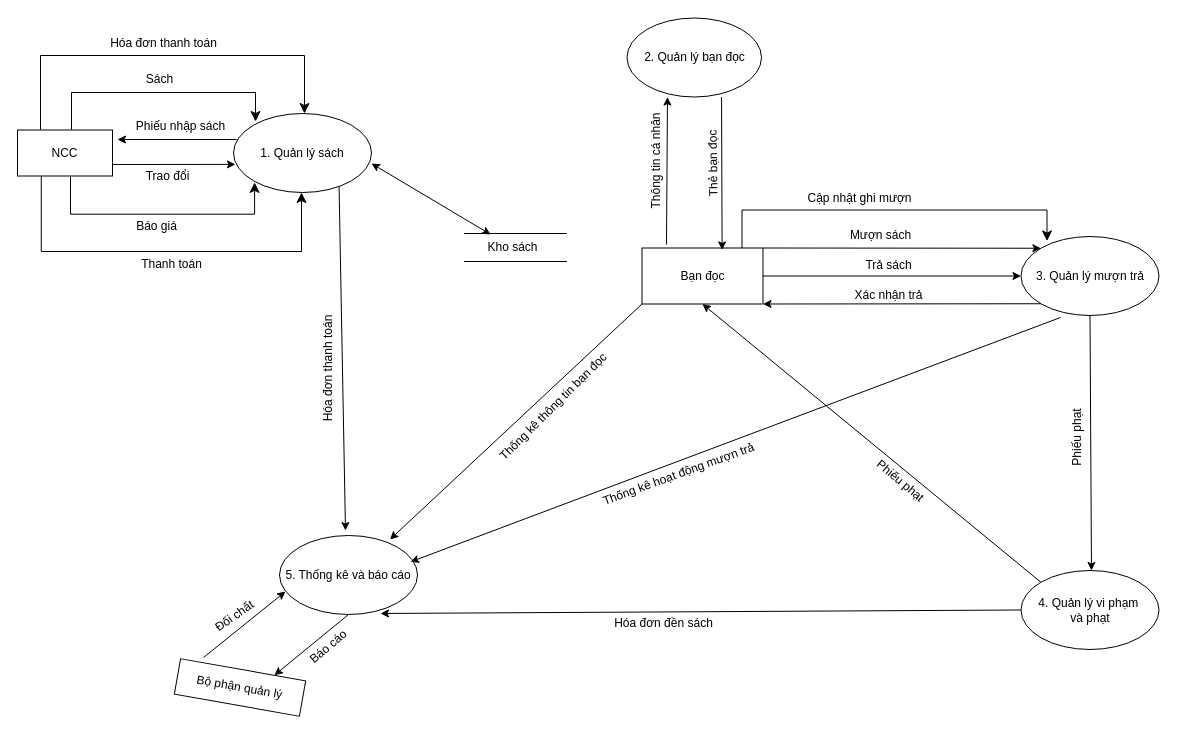
Nguyenquynh235/DoAnNhom1 keeps this draw.io diagram as page "Sơ đồ mức đỉnh" (4 of 9) of Nhóm 1.drawio. Above is the earlier version. Source tidied: cells renumbered, new cells numbered last; positions are measured from the earlier drawing's top-left corner, leaving out a move shared by most shapes. Both pictures are drawn from the tidied source at 100%, with x=0, y=0 at pixel (17, 17).
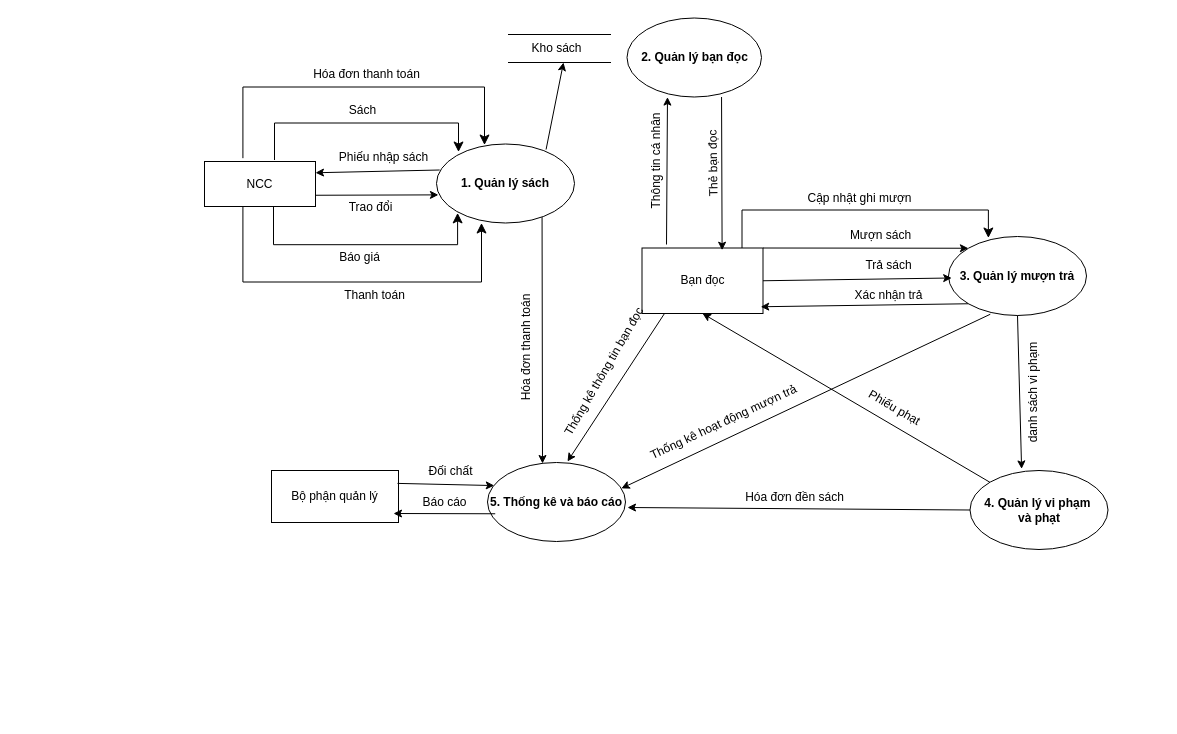
Above is the later version.

Change to the diagram source:
```diff
@@
-    <mxCell id="2" value="1. Quản lý sách" style="ellipse;whiteSpace=wrap;html=1;" parent="1" vertex="1">
-      <mxGeometry x="216" y="96" width="138" height="79" as="geometry" />
+    <mxCell id="2" value="&lt;b&gt;1. Quản lý sách&lt;/b&gt;" style="ellipse;whiteSpace=wrap;html=1;" parent="1" vertex="1">
+      <mxGeometry x="419" y="126.5" width="138" height="79" as="geometry" />
     </mxCell>
-    <mxCell id="3" value="2. Quản lý bạn đọc" style="ellipse;whiteSpace=wrap;html=1;" parent="1" vertex="1">
+    <mxCell id="3" value="&lt;b&gt;2. Quản lý bạn đọc&lt;/b&gt;" style="ellipse;whiteSpace=wrap;html=1;" parent="1" vertex="1">
       <mxGeometry x="609.5" y="0.5" width="134.5" height="79" as="geometry" />
     </mxCell>
-    <mxCell id="4" value="3. Quản lý mượn trả" style="ellipse;whiteSpace=wrap;html=1;" parent="1" vertex="1">
-      <mxGeometry x="1003.5" y="219" width="138" height="79" as="geometry" />
+    <mxCell id="4" value="&lt;b&gt;3. Quản lý mượn trả&lt;/b&gt;" style="ellipse;whiteSpace=wrap;html=1;" parent="1" vertex="1">
+      <mxGeometry x="931" y="219" width="138" height="79" as="geometry" />
     </mxCell>
-    <mxCell id="5" value="4. Quản lý vi phạm&amp;nbsp;&lt;div&gt;và phạt&lt;/div&gt;" style="ellipse;whiteSpace=wrap;html=1;" parent="1" vertex="1">
-      <mxGeometry x="1003.5" y="553" width="138" height="79" as="geometry" />
+    <mxCell id="5" value="&lt;b&gt;4. Quản lý vi phạm&amp;nbsp;&lt;/b&gt;&lt;div&gt;&lt;b&gt;và phạt&lt;/b&gt;&lt;/div&gt;" style="ellipse;whiteSpace=wrap;html=1;" parent="1" vertex="1">
+      <mxGeometry x="952.5" y="453" width="138" height="79" as="geometry" />
     </mxCell>
-    <mxCell id="6" value="5. Thống kê và báo cáo" style="ellipse;whiteSpace=wrap;html=1;" parent="1" vertex="1">
-      <mxGeometry x="262" y="518" width="138" height="79" as="geometry" />
+    <mxCell id="6" value="&lt;b&gt;5. Thống kê và báo cáo&lt;/b&gt;" style="ellipse;whiteSpace=wrap;html=1;" parent="1" vertex="1">
+      <mxGeometry x="470" y="445" width="138" height="79" as="geometry" />
     </mxCell>
     <mxCell id="7" value="NCC" style="rounded=0;whiteSpace=wrap;html=1;" parent="1" vertex="1">
-      <mxGeometry y="112.5" width="95" height="46" as="geometry" />
+      <mxGeometry x="187" y="144" width="111" height="45" as="geometry" />
     </mxCell>
-    <mxCell id="8" style="endArrow=classic;html=1;rounded=0;" parent="1" edge="1">
+    <mxCell id="8" style="endArrow=classic;html=1;rounded=0;entryX=1;entryY=0.25;entryDx=0;entryDy=0;" parent="1" edge="1" target="7">
       <mxGeometry relative="1" as="geometry">
-        <mxPoint x="219.2" y="122" as="sourcePoint" />
-        <mxPoint x="100" y="122" as="targetPoint" />
+        <mxPoint x="422.2" y="152.5" as="sourcePoint" />
       </mxGeometry>
     </mxCell>
@@
     <mxCell id="10" style="edgeStyle=elbowEdgeStyle;elbow=vertical;endArrow=classic;html=1;curved=0;rounded=0;endSize=8;startSize=8;" parent="1" edge="1">
       <mxGeometry relative="1" as="geometry">
-        <mxPoint x="54" y="112" as="sourcePoint" />
-        <mxPoint x="238" y="104" as="targetPoint" />
+        <mxPoint x="257" y="142.5" as="sourcePoint" />
+        <mxPoint x="441" y="134.5" as="targetPoint" />
         <Array as="points">
-          <mxPoint x="150" y="75" />
+          <mxPoint x="353" y="105.5" />
         </Array>
       </mxGeometry>
     </mxCell>
-    <mxCell id="11" style="edgeStyle=elbowEdgeStyle;elbow=vertical;endArrow=classic;html=1;curved=0;rounded=0;endSize=8;startSize=8;" parent="1" edge="1">
+    <mxCell id="11" style="edgeStyle=elbowEdgeStyle;elbow=vertical;endArrow=classic;html=1;curved=0;rounded=0;endSize=8;startSize=8;exitX=0.346;exitY=-0.074;exitDx=0;exitDy=0;exitPerimeter=0;" parent="1" edge="1" source="7">
       <mxGeometry relative="1" as="geometry">
-        <mxPoint x="23" y="112" as="sourcePoint" />
-        <mxPoint x="287" y="96" as="targetPoint" />
+        <mxPoint x="467" y="127.5" as="targetPoint" />
         <Array as="points">
-          <mxPoint x="155" y="38" />
+          <mxPoint x="335" y="69.5" />
         </Array>
       </mxGeometry>
     </mxCell>
     <mxCell id="12" style="edgeStyle=elbowEdgeStyle;elbow=vertical;endArrow=classic;html=1;curved=0;rounded=0;endSize=8;startSize=8;exitX=0.617;exitY=1.05;exitDx=0;exitDy=0;exitPerimeter=0;" parent="1" edge="1">
       <mxGeometry relative="1" as="geometry">
-        <mxPoint x="53" y="158.5" as="sourcePoint" />
-        <mxPoint x="237.1" y="164.9" as="targetPoint" />
+        <mxPoint x="256" y="189" as="sourcePoint" />
+        <mxPoint x="440.1" y="195.4" as="targetPoint" />
         <Array as="points">
-          <mxPoint x="144.4" y="196.7" />
+          <mxPoint x="347.4" y="227.2" />
         </Array>
       </mxGeometry>
     </mxCell>
-    <mxCell id="13" style="edgeStyle=elbowEdgeStyle;elbow=vertical;endArrow=classic;html=1;curved=0;rounded=0;endSize=8;startSize=8;exitX=0.25;exitY=1;exitDx=0;exitDy=0;" parent="1" edge="1" source="7">
+    <mxCell id="13" style="edgeStyle=elbowEdgeStyle;elbow=vertical;endArrow=classic;html=1;curved=0;rounded=0;endSize=8;startSize=8;exitX=0.346;exitY=1.01;exitDx=0;exitDy=0;exitPerimeter=0;" parent="1" edge="1" source="7">
       <mxGeometry relative="1" as="geometry">
-        <mxPoint x="284" y="175" as="targetPoint" />
+        <mxPoint x="464" y="205.5" as="targetPoint" />
         <Array as="points">
-          <mxPoint x="154" y="234" />
+          <mxPoint x="334" y="264.5" />
         </Array>
       </mxGeometry>
     </mxCell>
     <mxCell id="14" style="endArrow=classic;html=1;rounded=0;exitX=0.765;exitY=0.926;exitDx=0;exitDy=0;exitPerimeter=0;" parent="1" edge="1" source="2">
       <mxGeometry relative="1" as="geometry">
-        <mxPoint x="328" y="513" as="targetPoint" />
+        <mxPoint x="525" y="446" as="targetPoint" />
       </mxGeometry>
     </mxCell>
     <mxCell id="15" value="Bạn đọc" style="rounded=0;whiteSpace=wrap;html=1;" parent="1" vertex="1">
-      <mxGeometry x="624.5" y="230.5" width="121" height="56" as="geometry" />
+      <mxGeometry x="624.5" y="230.5" width="121" height="65.5" as="geometry" />
     </mxCell>
@@
-    <mxCell id="19" style="endArrow=classic;html=1;rounded=0;exitX=0.5;exitY=1;exitDx=0;exitDy=0;" parent="1" edge="1" source="4">
-      <mxGeometry relative="1" as="geometry">
-        <mxPoint x="1074" y="553" as="targetPoint" />
-      </mxGeometry>
+    <mxCell id="19" style="endArrow=classic;html=1;rounded=0;exitX=0.5;exitY=1;exitDx=0;exitDy=0;entryX=0.374;entryY=-0.02;entryDx=0;entryDy=0;entryPerimeter=0;" parent="1" edge="1" source="4" target="5">
+      <mxGeometry relative="1" as="geometry" />
     </mxCell>
-    <mxCell id="20" style="endArrow=classic;html=1;rounded=0;entryX=0.981;entryY=0.689;entryDx=0;entryDy=0;entryPerimeter=0;" parent="1" edge="1">
-      <mxGeometry relative="1" as="geometry">
-        <mxPoint x="1043" y="300" as="sourcePoint" />
-        <mxPoint x="393" y="544.4" as="targetPoint" />
-      </mxGeometry>
+    <mxCell id="20" style="endArrow=classic;html=1;rounded=0;exitX=0.303;exitY=0.984;exitDx=0;exitDy=0;exitPerimeter=0;entryX=0.97;entryY=0.328;entryDx=0;entryDy=0;entryPerimeter=0;" parent="1" edge="1" source="4" target="6">
+      <mxGeometry relative="1" as="geometry" />
     </mxCell>
-    <mxCell id="21" style="edgeStyle=elbowEdgeStyle;elbow=vertical;endArrow=classic;html=1;curved=0;rounded=0;endSize=8;startSize=8;exitX=0.868;exitY=0.036;exitDx=0;exitDy=0;exitPerimeter=0;" parent="1" edge="1">
+    <mxCell id="21" style="edgeStyle=elbowEdgeStyle;elbow=vertical;endArrow=classic;html=1;curved=0;rounded=0;endSize=8;startSize=8;exitX=0.868;exitY=0.036;exitDx=0;exitDy=0;exitPerimeter=0;entryX=0.289;entryY=0.019;entryDx=0;entryDy=0;entryPerimeter=0;" parent="1" edge="1" target="4">
       <mxGeometry relative="1" as="geometry">
         <mxPoint x="724.5" y="230.5" as="sourcePoint" />
-        <mxPoint x="1029.5" y="223.5" as="targetPoint" />
         <Array as="points">
           <mxPoint x="1062.5" y="192.5" />
         </Array>
       </mxGeometry>
     </mxCell>
@@
-    <mxCell id="23" style="endArrow=classic;html=1;rounded=0;exitX=1;exitY=0.5;exitDx=0;exitDy=0;entryX=0;entryY=0.5;entryDx=0;entryDy=0;" parent="1" edge="1" source="15" target="4">
-      <mxGeometry relative="1" as="geometry" />
+    <mxCell id="23" style="endArrow=classic;html=1;rounded=0;entryX=0;entryY=0.5;entryDx=0;entryDy=0;exitX=1;exitY=0.5;exitDx=0;exitDy=0;" parent="1" edge="1" source="15">
+      <mxGeometry relative="1" as="geometry">
+        <mxPoint x="934.2" y="260.5" as="targetPoint" />
+      </mxGeometry>
     </mxCell>
-    <mxCell id="24" style="endArrow=classic;html=1;rounded=0;exitX=0;exitY=1;exitDx=0;exitDy=0;entryX=1;entryY=1;entryDx=0;entryDy=0;" parent="1" edge="1" source="4" target="15">
+    <mxCell id="24" style="endArrow=classic;html=1;rounded=0;exitX=0;exitY=1;exitDx=0;exitDy=0;entryX=0.981;entryY=0.897;entryDx=0;entryDy=0;entryPerimeter=0;" parent="1" edge="1" source="4" target="15">
       <mxGeometry relative="1" as="geometry" />
     </mxCell>
     <mxCell id="25" style="shape=partialRectangle;whiteSpace=wrap;html=1;top=0;bottom=0;fillColor=none;rotation=90;" parent="1" vertex="1">
-      <mxGeometry x="484" y="179" width="28" height="102" as="geometry" />
+      <mxGeometry x="528" y="-20" width="28" height="102" as="geometry" />
     </mxCell>
     <mxCell id="26" value="Kho sách" style="text;html=1;align=center;verticalAlign=middle;points=[];strokeColor=none;fillColor=none;" parent="1" vertex="1">
-      <mxGeometry x="461" y="217" width="68" height="26" as="geometry" />
+      <mxGeometry x="505" y="18" width="68" height="26" as="geometry" />
     </mxCell>
-    <mxCell id="27" style="endArrow=classic;html=1;rounded=0;exitX=0;exitY=1;exitDx=0;exitDy=0;entryX=1;entryY=0;entryDx=0;entryDy=0;" parent="1" edge="1" source="15">
-      <mxGeometry relative="1" as="geometry">
-        <mxPoint x="372.5" y="522" as="targetPoint" />
-      </mxGeometry>
-    </mxCell>
-    <mxCell id="28" style="endArrow=classic;startArrow=classic;html=1;rounded=0;exitX=1;exitY=0.633;exitDx=0;exitDy=0;exitPerimeter=0;" parent="1" edge="1" source="2" target="26">
-      <mxGeometry relative="1" as="geometry" />
-    </mxCell>
-    <mxCell id="29" value="Bộ phận quản lý" style="rounded=0;whiteSpace=wrap;html=1;rotation=10;" parent="1" vertex="1">
-      <mxGeometry x="159" y="652" width="127" height="36" as="geometry" />
+    <mxCell id="29" value="Bộ phận quản lý" style="rounded=0;whiteSpace=wrap;html=1;rotation=0;" parent="1" vertex="1">
+      <mxGeometry x="254" y="453" width="127" height="52" as="geometry" />
     </mxCell>
-    <mxCell id="30" style="endArrow=classic;html=1;rounded=0;" parent="1" edge="1">
+    <mxCell id="30" style="endArrow=classic;html=1;rounded=0;entryX=0.049;entryY=0.292;entryDx=0;entryDy=0;entryPerimeter=0;" parent="1" edge="1" target="6">
       <mxGeometry relative="1" as="geometry">
-        <mxPoint x="186" y="640" as="sourcePoint" />
-        <mxPoint x="268" y="574" as="targetPoint" />
+        <mxPoint x="380" y="465.9" as="sourcePoint" />
       </mxGeometry>
     </mxCell>
-    <mxCell id="31" style="endArrow=classic;html=1;rounded=0;exitX=0.5;exitY=1;exitDx=0;exitDy=0;entryX=0.75;entryY=0;entryDx=0;entryDy=0;" parent="1" edge="1" source="6" target="29">
-      <mxGeometry relative="1" as="geometry" />
+    <mxCell id="31" style="endArrow=classic;html=1;rounded=0;exitX=0.056;exitY=0.649;exitDx=0;exitDy=0;exitPerimeter=0;" parent="1" edge="1" source="6">
+      <mxGeometry relative="1" as="geometry">
+        <mxPoint x="376" y="496" as="targetPoint" />
+      </mxGeometry>
     </mxCell>
-    <mxCell id="32" style="endArrow=classic;html=1;rounded=0;exitX=0;exitY=0.5;exitDx=0;exitDy=0;entryX=0.732;entryY=0.987;entryDx=0;entryDy=0;entryPerimeter=0;" parent="1" edge="1" source="5" target="6">
-      <mxGeometry relative="1" as="geometry" />
+    <mxCell id="32" style="endArrow=classic;html=1;rounded=0;exitX=0;exitY=0.5;exitDx=0;exitDy=0;" parent="1" edge="1" source="5">
+      <mxGeometry relative="1" as="geometry">
+        <mxPoint x="610" y="490" as="targetPoint" />
+      </mxGeometry>
     </mxCell>
     <mxCell id="33" value="Hóa đơn thanh toán" style="text;html=1;align=center;verticalAlign=middle;strokeColor=none;fillColor=none;" parent="1" vertex="1">
-      <mxGeometry x="83" y="13" width="125" height="26" as="geometry" />
+      <mxGeometry x="286" y="43.5" width="125" height="26" as="geometry" />
     </mxCell>
     <mxCell id="34" value="Sách" style="text;html=1;align=center;verticalAlign=middle;strokeColor=none;fillColor=none;" parent="1" vertex="1">
-      <mxGeometry x="119" y="49" width="45" height="26" as="geometry" />
+      <mxGeometry x="322" y="79.5" width="45" height="26" as="geometry" />
     </mxCell>
     <mxCell id="35" value="Phiếu nhập sách" style="text;html=1;align=center;verticalAlign=middle;strokeColor=none;fillColor=none;" parent="1" vertex="1">
-      <mxGeometry x="109" y="96" width="107" height="26" as="geometry" />
+      <mxGeometry x="312" y="126.5" width="107" height="26" as="geometry" />
     </mxCell>
     <mxCell id="36" value="Trao đổi" style="text;html=1;align=center;verticalAlign=middle;strokeColor=none;fillColor=none;" parent="1" vertex="1">
-      <mxGeometry x="119" y="146" width="62" height="26" as="geometry" />
+      <mxGeometry x="322" y="176.5" width="62" height="26" as="geometry" />
     </mxCell>
     <mxCell id="37" value="Thanh toán" style="text;html=1;align=center;verticalAlign=middle;strokeColor=none;fillColor=none;" parent="1" vertex="1">
-      <mxGeometry x="114" y="234" width="79" height="26" as="geometry" />
+      <mxGeometry x="317" y="264.5" width="79" height="26" as="geometry" />
     </mxCell>
     <mxCell id="38" value="Báo giá" style="text;html=1;align=center;verticalAlign=middle;strokeColor=none;fillColor=none;" parent="1" vertex="1">
-      <mxGeometry x="109" y="196" width="59" height="26" as="geometry" />
+      <mxGeometry x="312" y="226.5" width="59" height="26" as="geometry" />
     </mxCell>
     <mxCell id="39" value="Hóa đơn thanh toán" style="text;html=1;align=center;verticalAlign=middle;strokeColor=none;fillColor=none;rotation=-90;" parent="1" vertex="1">
-      <mxGeometry x="248" y="339" width="125" height="26" as="geometry" />
+      <mxGeometry x="446" y="318" width="125" height="26" as="geometry" />
     </mxCell>
-    <mxCell id="40" value="Báo cáo" style="text;html=1;align=center;verticalAlign=middle;strokeColor=none;fillColor=none;rotation=-40;" parent="1" vertex="1">
-      <mxGeometry x="279.5" y="617" width="62" height="26" as="geometry" />
+    <mxCell id="40" value="Báo cáo" style="text;html=1;align=center;verticalAlign=middle;strokeColor=none;fillColor=none;rotation=0;" parent="1" vertex="1">
+      <mxGeometry x="396" y="471.5" width="62" height="26" as="geometry" />
     </mxCell>
-    <mxCell id="41" value="Đối chất" style="text;html=1;align=center;verticalAlign=middle;strokeColor=none;fillColor=none;rotation=-35;" parent="1" vertex="1">
-      <mxGeometry x="186" y="586" width="62" height="26" as="geometry" />
+    <mxCell id="41" value="Đối chất" style="text;html=1;align=center;verticalAlign=middle;strokeColor=none;fillColor=none;rotation=0;" parent="1" vertex="1">
+      <mxGeometry x="402" y="441" width="62" height="26" as="geometry" />
     </mxCell>
-    <mxCell id="42" value="Thống kê thông tin bạn đọc" style="text;html=1;align=center;verticalAlign=middle;strokeColor=none;fillColor=none;rotation=-45;" parent="1" vertex="1">
-      <mxGeometry x="454" y="377" width="163" height="26" as="geometry" />
+    <mxCell id="42" value="Thống kê thông tin bạn đọc" style="text;html=1;align=center;verticalAlign=middle;strokeColor=none;fillColor=none;rotation=-60;" parent="1" vertex="1">
+      <mxGeometry x="505" y="342" width="163" height="26" as="geometry" />
     </mxCell>
-    <mxCell id="43" value="Phiếu phạt" style="text;html=1;align=center;verticalAlign=middle;strokeColor=none;fillColor=none;rotation=40;" parent="1" vertex="1">
-      <mxGeometry x="845" y="450" width="75" height="26" as="geometry" />
+    <mxCell id="43" value="Phiếu phạt" style="text;html=1;align=center;verticalAlign=middle;strokeColor=none;fillColor=none;rotation=30;" parent="1" vertex="1">
+      <mxGeometry x="839" y="377" width="75" height="26" as="geometry" />
     </mxCell>
-    <mxCell id="44" value="Phiếu phạt" style="text;html=1;align=center;verticalAlign=middle;strokeColor=none;fillColor=none;rotation=-90;" parent="1" vertex="1">
-      <mxGeometry x="1022" y="408" width="75" height="26" as="geometry" />
+    <mxCell id="44" value="danh sách vi phạm" style="text;html=1;align=center;verticalAlign=middle;strokeColor=none;fillColor=none;rotation=-90;" parent="1" vertex="1">
+      <mxGeometry x="956" y="363" width="119" height="26" as="geometry" />
     </mxCell>
-    <mxCell id="45" value="Thống kê hoạt động mượn trả" style="text;html=1;align=center;verticalAlign=middle;strokeColor=none;fillColor=none;rotation=-20;" parent="1" vertex="1">
-      <mxGeometry x="572" y="444" width="178" height="26" as="geometry" />
+    <mxCell id="45" value="Thống kê hoạt động mượn trả" style="text;html=1;align=center;verticalAlign=middle;strokeColor=none;fillColor=none;rotation=-25;" parent="1" vertex="1">
+      <mxGeometry x="617" y="392" width="178" height="26" as="geometry" />
     </mxCell>
     <mxCell id="46" value="Hóa đơn đền sách" style="text;html=1;align=center;verticalAlign=middle;strokeColor=none;fillColor=none;rotation=0;" parent="1" vertex="1">
-      <mxGeometry x="587" y="593" width="117" height="26" as="geometry" />
+      <mxGeometry x="718" y="467" width="117" height="26" as="geometry" />
     </mxCell>
@@
+    <mxCell id="53" style="endArrow=classic;html=1;rounded=0;exitX=0.186;exitY=1;exitDx=0;exitDy=0;exitPerimeter=0;" parent="1" edge="1" source="15">
+      <mxGeometry relative="1" as="geometry">
+        <mxPoint x="550" y="444" as="targetPoint" />
+      </mxGeometry>
+    </mxCell>
+    <mxCell id="54" style="endArrow=classic;html=1;rounded=0;exitX=0.794;exitY=0.07;exitDx=0;exitDy=0;exitPerimeter=0;" parent="1" edge="1" source="2">
+      <mxGeometry relative="1" as="geometry">
+        <mxPoint x="546" y="45" as="targetPoint" />
+      </mxGeometry>
+    </mxCell>
```
